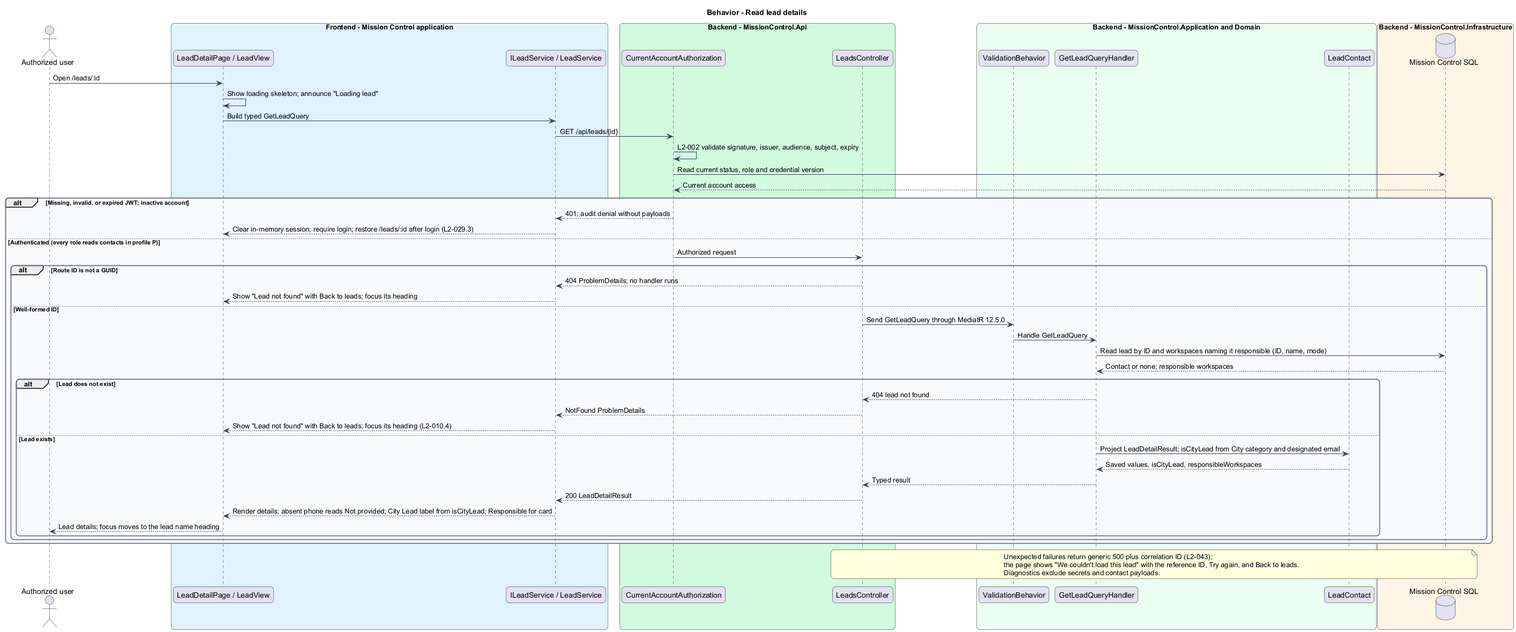
Earlier version of the PlantUML export docs/detailed-designs/leads/find-contacts/diagrams/sequence-read.png (QuinntyneBrown/mission-control).
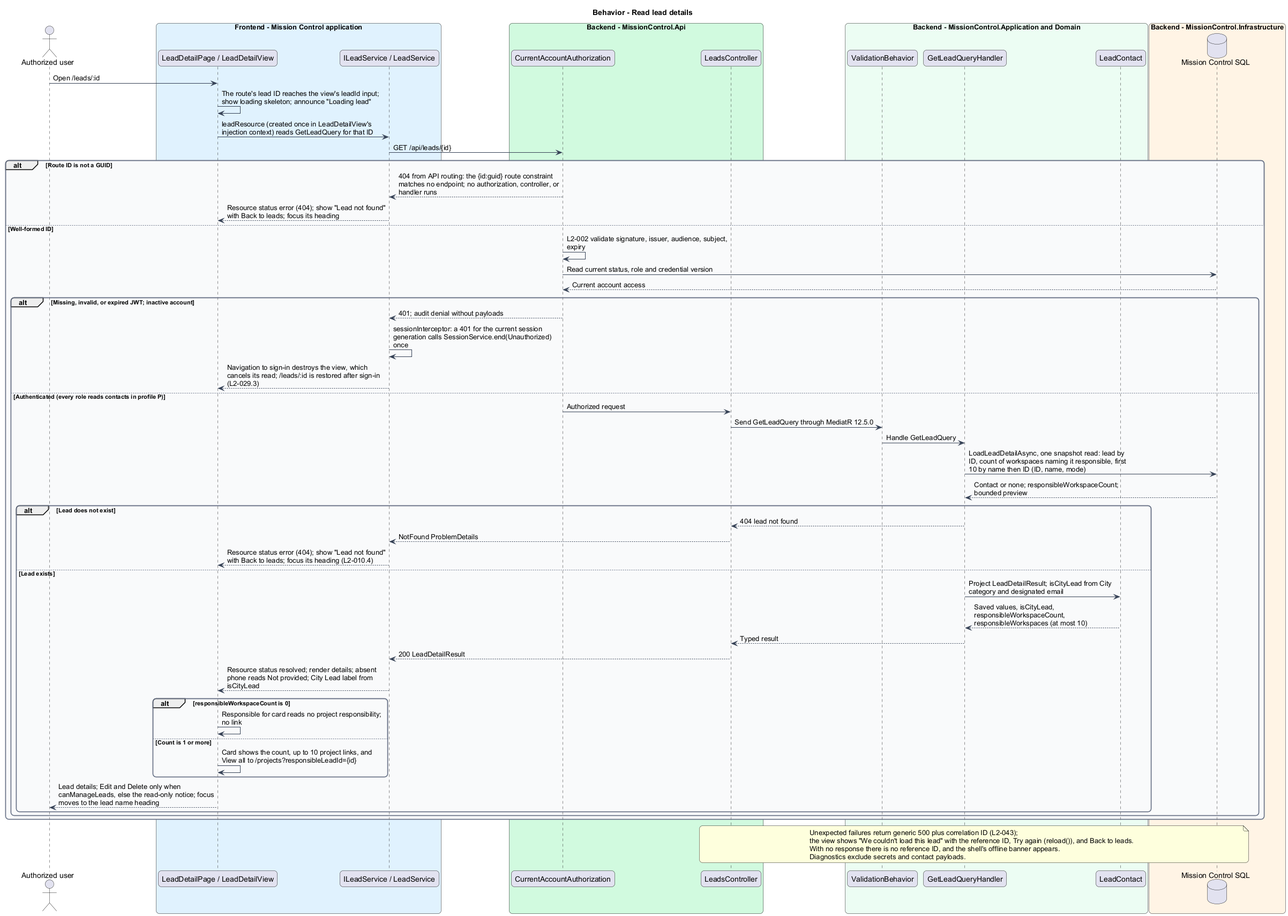
Above is the later version.

The edit, as a diff of the source:
```diff
@@ -4,6 +4,7 @@
 skinparam roundcorner 12
 skinparam defaultFontName Arial
 skinparam ArrowColor #344054
+skinparam maxMessageSize 300
 skinparam rectangle {
   BorderColor #344054
   FontColor #101828
@@ -16,7 +17,7 @@
 title Behavior - Read lead details
 actor "Authorized user" as actor
 box "Frontend - Mission Control application" #E0F2FE
-  participant "LeadDetailPage / LeadView" as page
+  participant "LeadDetailPage / LeadDetailView" as page
   participant "ILeadService / LeadService" as client
 end box
 box "Backend - MissionControl.Api" #D1FADF
@@ -32,42 +33,49 @@
   database "Mission Control SQL" as db
 end box
 actor -> page : Open /leads/:id
-page -> page : Show loading skeleton; announce "Loading lead"
-page -> client : Build typed GetLeadQuery
+page -> page : The route's lead ID reaches the view's leadId input; show loading skeleton; announce "Loading lead"
+page -> client : leadResource (created once in LeadDetailView's injection context) reads GetLeadQuery for that ID
 client -> access : GET /api/leads/{id}
+alt Route ID is not a GUID
+  access --> client : 404 from API routing: the {id:guid} route constraint matches no endpoint; no authorization, controller, or handler runs
+  client --> page : Resource status error (404); show "Lead not found" with Back to leads; focus its heading
+else Well-formed ID
 access -> access : L2-002 validate signature, issuer, audience, subject, expiry
 access -> db : Read current status, role and credential version
 db --> access : Current account access
 alt Missing, invalid, or expired JWT; inactive account
   access --> client : 401; audit denial without payloads
-  client --> page : Clear in-memory session; require login; restore /leads/:id after login (L2-029.3)
+  client -> client : sessionInterceptor: a 401 for the current session generation calls SessionService.end(Unauthorized) once
+  client --> page : Navigation to sign-in destroys the view, which cancels its read; /leads/:id is restored after sign-in (L2-029.3)
 else Authenticated (every role reads contacts in profile P)
   access -> ctrl : Authorized request
-alt Route ID is not a GUID
-  ctrl --> client : 404 ProblemDetails; no handler runs
-  client --> page : Show "Lead not found" with Back to leads; focus its heading
-else Well-formed ID
   ctrl -> validation : Send GetLeadQuery through MediatR 12.5.0
   validation -> handler : Handle GetLeadQuery
-  handler -> db : Read lead by ID and workspaces naming it responsible (ID, name, mode)
-  db --> handler : Contact or none; responsible workspaces
+  handler -> db : LoadLeadDetailAsync, one snapshot read: lead by ID, count of workspaces naming it responsible, first 10 by name then ID (ID, name, mode)
+  db --> handler : Contact or none; responsibleWorkspaceCount; bounded preview
   alt Lead does not exist
     handler --> ctrl : 404 lead not found
     ctrl --> client : NotFound ProblemDetails
-    client --> page : Show "Lead not found" with Back to leads; focus its heading (L2-010.4)
+    client --> page : Resource status error (404); show "Lead not found" with Back to leads; focus its heading (L2-010.4)
   else Lead exists
     handler -> entity : Project LeadDetailResult; isCityLead from City category and designated email
-    entity --> handler : Saved values, isCityLead, responsibleWorkspaces
+    entity --> handler : Saved values, isCityLead, responsibleWorkspaceCount, responsibleWorkspaces (at most 10)
     handler --> ctrl : Typed result
     ctrl --> client : 200 LeadDetailResult
-    client --> page : Render details; absent phone reads Not provided; City Lead label from isCityLead; Responsible for card
-    page --> actor : Lead details; focus moves to the lead name heading
+    client --> page : Resource status resolved; render details; absent phone reads Not provided; City Lead label from isCityLead
+    alt responsibleWorkspaceCount is 0
+      page -> page : Responsible for card reads no project responsibility; no link
+    else Count is 1 or more
+      page -> page : Card shows the count, up to 10 project links, and View all to /projects?responsibleLeadId={id}
+    end
+    page --> actor : Lead details; Edit and Delete only when canManageLeads, else the read-only notice; focus moves to the lead name heading
   end
 end
 end
 note over ctrl, db
 Unexpected failures return generic 500 plus correlation ID (L2-043);
-the page shows "We couldn't load this lead" with the reference ID, Try again, and Back to leads.
+the view shows "We couldn't load this lead" with the reference ID, Try again (reload()), and Back to leads.
+With no response there is no reference ID, and the shell's offline banner appears.
 Diagnostics exclude secrets and contact payloads.
 end note
 @enduml
```
